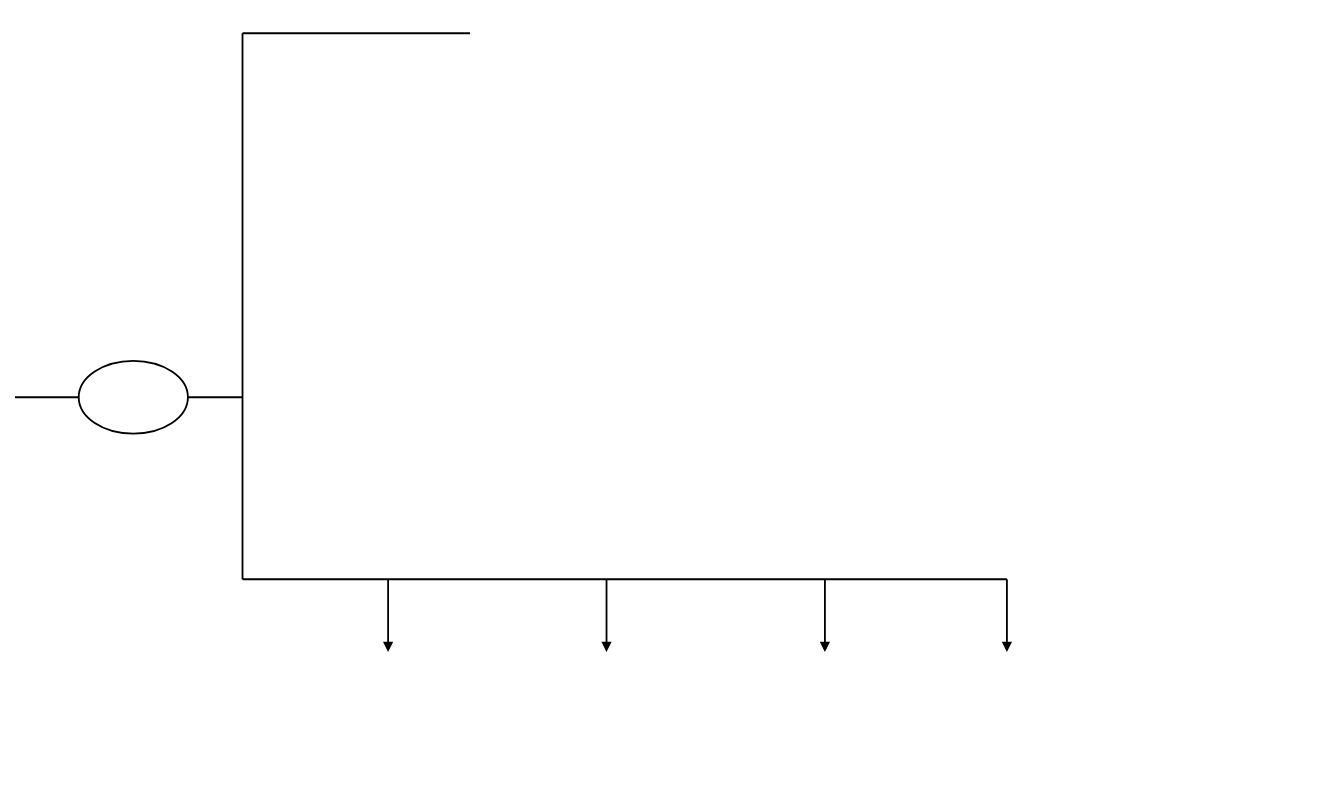
Above: page "US-ems" (2 of 3) of SJTUthesisImages.drawio in Pengyu-Jin/draw.io-projects-file (draw.io), before the change. Source tidied: cells renumbered, new cells numbered last; positions are measured from the earlier drawing's top-left corner, leaving out a move shared by most shapes. Both pictures are drawn from the tidied source at 91%, with x=0, y=0 at pixel (15, 33).
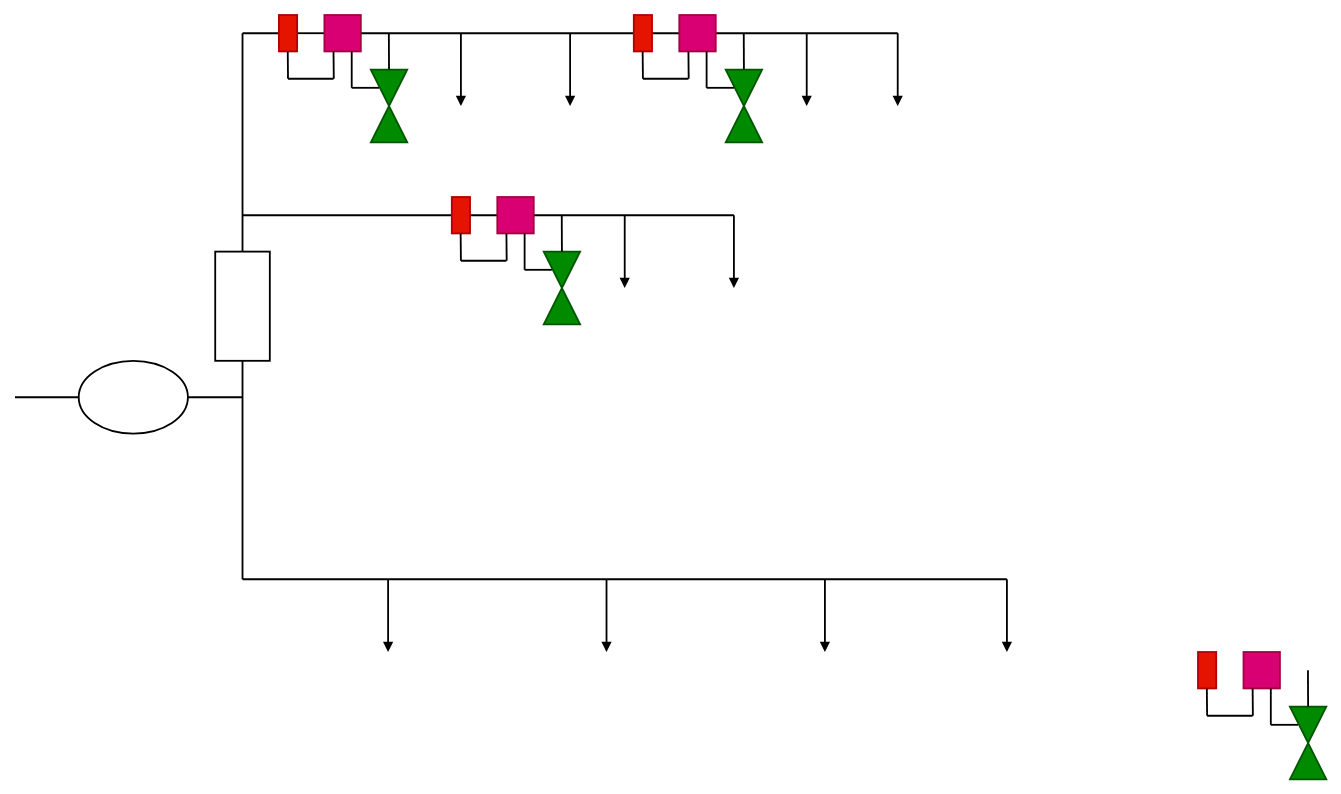
Above is the later version.

What changed in the source:
```diff
@@
     <mxCell id="5" style="endArrow=none;html=1;rounded=0;strokeWidth=2;" parent="1" edge="1">
       <mxGeometry relative="1" as="geometry">
-        <mxPoint x="250" as="sourcePoint" />
-        <mxPoint x="500" as="targetPoint" />
+        <mxPoint x="380" as="sourcePoint" />
+        <mxPoint x="970" as="targetPoint" />
       </mxGeometry>
     </mxCell>
@@
+    <mxCell id="11" style="endArrow=none;html=1;rounded=0;strokeWidth=2;" parent="1" edge="1">
+      <mxGeometry relative="1" as="geometry">
+        <mxPoint x="250" y="200" as="sourcePoint" />
+        <mxPoint x="790" y="200" as="targetPoint" />
+      </mxGeometry>
+    </mxCell>
+    <mxCell id="12" style="rounded=0;whiteSpace=wrap;html=1;strokeWidth=2;direction=south;" parent="1" vertex="1">
+      <mxGeometry x="220" y="240" width="60" height="120" as="geometry" />
+    </mxCell>
+    <mxCell id="13" style="endArrow=none;html=1;rounded=0;strokeWidth=2;" parent="1" edge="1">
+      <mxGeometry relative="1" as="geometry">
+        <mxPoint x="310" as="sourcePoint" />
+        <mxPoint x="340" as="targetPoint" />
+      </mxGeometry>
+    </mxCell>
+    <mxCell id="14" style="endArrow=none;html=1;rounded=0;strokeWidth=2;" parent="1" edge="1">
+      <mxGeometry relative="1" as="geometry">
+        <mxPoint x="250" as="sourcePoint" />
+        <mxPoint x="290" as="targetPoint" />
+      </mxGeometry>
+    </mxCell>
+    <mxCell id="15" style="whiteSpace=wrap;html=1;strokeWidth=2;fillColor=#d80073;fontColor=#ffffff;strokeColor=#A50040;" parent="1" vertex="1">
+      <mxGeometry x="340" y="-20" width="40" height="40" as="geometry" />
+    </mxCell>
+    <mxCell id="16" style="rounded=0;whiteSpace=wrap;html=1;direction=south;strokeWidth=2;fillColor=#e51400;fontColor=#ffffff;strokeColor=#B20000;" parent="1" vertex="1">
+      <mxGeometry x="290" y="-20" width="20" height="40" as="geometry" />
+    </mxCell>
+    <mxCell id="17" style="endArrow=none;html=1;rounded=0;strokeWidth=2;" parent="1" edge="1">
+      <mxGeometry relative="1" as="geometry">
+        <mxPoint x="300" y="50" as="sourcePoint" />
+        <mxPoint x="350" y="50" as="targetPoint" />
+      </mxGeometry>
+    </mxCell>
+    <mxCell id="18" style="endArrow=none;html=1;rounded=0;strokeWidth=2;" parent="1" edge="1">
+      <mxGeometry relative="1" as="geometry">
+        <mxPoint x="299.7" y="20" as="sourcePoint" />
+        <mxPoint x="300" y="50" as="targetPoint" />
+      </mxGeometry>
+    </mxCell>
+    <mxCell id="19" style="endArrow=none;html=1;rounded=0;strokeWidth=2;" parent="1" edge="1">
+      <mxGeometry relative="1" as="geometry">
+        <mxPoint x="350" y="20" as="sourcePoint" />
+        <mxPoint x="350.3" y="50" as="targetPoint" />
+      </mxGeometry>
+    </mxCell>
+    <mxCell id="20" style="group;" parent="1" vertex="1">
+      <mxGeometry x="391" y="40" width="40" height="80" as="geometry" />
+    </mxCell>
+    <mxCell id="21" style="triangle;whiteSpace=wrap;html=1;strokeWidth=2;fillColor=#008a00;fontColor=#ffffff;strokeColor=#005700;direction=south;" parent="20" vertex="1">
+      <mxGeometry width="40" height="40" as="geometry" />
+    </mxCell>
+    <mxCell id="22" style="triangle;whiteSpace=wrap;html=1;strokeWidth=2;fillColor=#008a00;fontColor=#ffffff;strokeColor=#005700;direction=north;" parent="20" vertex="1">
+      <mxGeometry y="40" width="40" height="40" as="geometry" />
+    </mxCell>
+    <mxCell id="23" style="endArrow=none;html=1;rounded=0;strokeWidth=2;" parent="1" edge="1">
+      <mxGeometry relative="1" as="geometry">
+        <mxPoint x="370" y="20" as="sourcePoint" />
+        <mxPoint x="370" y="60" as="targetPoint" />
+      </mxGeometry>
+    </mxCell>
+    <mxCell id="24" style="endArrow=none;html=1;rounded=0;strokeWidth=2;" parent="1" edge="1">
+      <mxGeometry relative="1" as="geometry">
+        <mxPoint x="370" y="60" as="sourcePoint" />
+        <mxPoint x="400" y="60" as="targetPoint" />
+      </mxGeometry>
+    </mxCell>
+    <mxCell id="25" style="endArrow=none;html=1;rounded=0;strokeWidth=2;entryX=0;entryY=0.5;entryDx=0;entryDy=0;" parent="1" edge="1" target="21">
+      <mxGeometry relative="1" as="geometry">
+        <mxPoint x="410.8" as="sourcePoint" />
+      </mxGeometry>
+    </mxCell>
+    <mxCell id="26" style="endArrow=none;html=1;rounded=0;strokeWidth=2;startArrow=block;startFill=1;" parent="1" edge="1">
+      <mxGeometry relative="1" as="geometry">
+        <mxPoint x="490" y="80" as="sourcePoint" />
+        <mxPoint x="490" as="targetPoint" />
+      </mxGeometry>
+    </mxCell>
+    <mxCell id="27" style="group;" parent="1" vertex="1">
+      <mxGeometry x="480" y="180" width="141" height="140" as="geometry" />
+    </mxCell>
+    <mxCell id="28" style="whiteSpace=wrap;html=1;strokeWidth=2;fillColor=#d80073;fontColor=#ffffff;strokeColor=#A50040;" parent="27" vertex="1">
+      <mxGeometry x="50" width="40" height="40" as="geometry" />
+    </mxCell>
+    <mxCell id="29" style="rounded=0;whiteSpace=wrap;html=1;direction=south;strokeWidth=2;fillColor=#e51400;fontColor=#ffffff;strokeColor=#B20000;" parent="27" vertex="1">
+      <mxGeometry width="20" height="40" as="geometry" />
+    </mxCell>
+    <mxCell id="30" style="endArrow=none;html=1;rounded=0;strokeWidth=2;" parent="27" edge="1">
+      <mxGeometry relative="1" as="geometry">
+        <mxPoint x="10" y="70" as="sourcePoint" />
+        <mxPoint x="60" y="70" as="targetPoint" />
+      </mxGeometry>
+    </mxCell>
+    <mxCell id="31" style="endArrow=none;html=1;rounded=0;strokeWidth=2;" parent="27" edge="1">
+      <mxGeometry relative="1" as="geometry">
+        <mxPoint x="9.7" y="40" as="sourcePoint" />
+        <mxPoint x="10" y="70" as="targetPoint" />
+      </mxGeometry>
+    </mxCell>
+    <mxCell id="32" style="endArrow=none;html=1;rounded=0;strokeWidth=2;" parent="27" edge="1">
+      <mxGeometry relative="1" as="geometry">
+        <mxPoint x="60" y="40" as="sourcePoint" />
+        <mxPoint x="60.3" y="70" as="targetPoint" />
+      </mxGeometry>
+    </mxCell>
+    <mxCell id="33" style="group;" parent="27" vertex="1">
+      <mxGeometry x="101" y="60" width="40" height="80" as="geometry" />
+    </mxCell>
+    <mxCell id="34" style="triangle;whiteSpace=wrap;html=1;strokeWidth=2;fillColor=#008a00;fontColor=#ffffff;strokeColor=#005700;direction=south;" parent="33" vertex="1">
+      <mxGeometry width="40" height="40" as="geometry" />
+    </mxCell>
+    <mxCell id="35" style="triangle;whiteSpace=wrap;html=1;strokeWidth=2;fillColor=#008a00;fontColor=#ffffff;strokeColor=#005700;direction=north;" parent="33" vertex="1">
+      <mxGeometry y="40" width="40" height="40" as="geometry" />
+    </mxCell>
+    <mxCell id="36" style="endArrow=none;html=1;rounded=0;strokeWidth=2;" parent="27" edge="1">
+      <mxGeometry relative="1" as="geometry">
+        <mxPoint x="80" y="40" as="sourcePoint" />
+        <mxPoint x="80" y="80" as="targetPoint" />
+      </mxGeometry>
+    </mxCell>
+    <mxCell id="37" style="endArrow=none;html=1;rounded=0;strokeWidth=2;" parent="27" edge="1">
+      <mxGeometry relative="1" as="geometry">
+        <mxPoint x="80" y="80" as="sourcePoint" />
+        <mxPoint x="110" y="80" as="targetPoint" />
+      </mxGeometry>
+    </mxCell>
+    <mxCell id="38" style="endArrow=none;html=1;rounded=0;strokeWidth=2;entryX=0;entryY=0.5;entryDx=0;entryDy=0;" parent="27" edge="1" target="34">
+      <mxGeometry relative="1" as="geometry">
+        <mxPoint x="120.8" y="20" as="sourcePoint" />
+      </mxGeometry>
+    </mxCell>
+    <mxCell id="39" style="group;" parent="1" vertex="1">
+      <mxGeometry x="1300" y="680" width="141" height="140" as="geometry" />
+    </mxCell>
+    <mxCell id="40" style="whiteSpace=wrap;html=1;strokeWidth=2;fillColor=#d80073;fontColor=#ffffff;strokeColor=#A50040;" parent="39" vertex="1">
+      <mxGeometry x="50" width="40" height="40" as="geometry" />
+    </mxCell>
+    <mxCell id="41" style="rounded=0;whiteSpace=wrap;html=1;direction=south;strokeWidth=2;fillColor=#e51400;fontColor=#ffffff;strokeColor=#B20000;" parent="39" vertex="1">
+      <mxGeometry width="20" height="40" as="geometry" />
+    </mxCell>
+    <mxCell id="42" style="endArrow=none;html=1;rounded=0;strokeWidth=2;" parent="39" edge="1">
+      <mxGeometry relative="1" as="geometry">
+        <mxPoint x="10" y="70" as="sourcePoint" />
+        <mxPoint x="60" y="70" as="targetPoint" />
+      </mxGeometry>
+    </mxCell>
+    <mxCell id="43" style="endArrow=none;html=1;rounded=0;strokeWidth=2;" parent="39" edge="1">
+      <mxGeometry relative="1" as="geometry">
+        <mxPoint x="9.7" y="40" as="sourcePoint" />
+        <mxPoint x="10" y="70" as="targetPoint" />
+      </mxGeometry>
+    </mxCell>
+    <mxCell id="44" style="endArrow=none;html=1;rounded=0;strokeWidth=2;" parent="39" edge="1">
+      <mxGeometry relative="1" as="geometry">
+        <mxPoint x="60" y="40" as="sourcePoint" />
+        <mxPoint x="60.3" y="70" as="targetPoint" />
+      </mxGeometry>
+    </mxCell>
+    <mxCell id="45" style="group;" parent="39" vertex="1">
+      <mxGeometry x="101" y="60" width="40" height="80" as="geometry" />
+    </mxCell>
+    <mxCell id="46" style="triangle;whiteSpace=wrap;html=1;strokeWidth=2;fillColor=#008a00;fontColor=#ffffff;strokeColor=#005700;direction=south;" parent="45" vertex="1">
+      <mxGeometry width="40" height="40" as="geometry" />
+    </mxCell>
+    <mxCell id="47" style="triangle;whiteSpace=wrap;html=1;strokeWidth=2;fillColor=#008a00;fontColor=#ffffff;strokeColor=#005700;direction=north;" parent="45" vertex="1">
+      <mxGeometry y="40" width="40" height="40" as="geometry" />
+    </mxCell>
+    <mxCell id="48" style="endArrow=none;html=1;rounded=0;strokeWidth=2;" parent="39" edge="1">
+      <mxGeometry relative="1" as="geometry">
+        <mxPoint x="80" y="40" as="sourcePoint" />
+        <mxPoint x="80" y="80" as="targetPoint" />
+      </mxGeometry>
+    </mxCell>
+    <mxCell id="49" style="endArrow=none;html=1;rounded=0;strokeWidth=2;" parent="39" edge="1">
+      <mxGeometry relative="1" as="geometry">
+        <mxPoint x="80" y="80" as="sourcePoint" />
+        <mxPoint x="110" y="80" as="targetPoint" />
+      </mxGeometry>
+    </mxCell>
+    <mxCell id="50" style="endArrow=none;html=1;rounded=0;strokeWidth=2;entryX=0;entryY=0.5;entryDx=0;entryDy=0;" parent="39" edge="1" target="46">
+      <mxGeometry relative="1" as="geometry">
+        <mxPoint x="120.8" y="20" as="sourcePoint" />
+      </mxGeometry>
+    </mxCell>
+    <mxCell id="51" style="endArrow=none;html=1;rounded=0;strokeWidth=2;startArrow=block;startFill=1;" parent="1" edge="1">
+      <mxGeometry relative="1" as="geometry">
+        <mxPoint x="610" y="80" as="sourcePoint" />
+        <mxPoint x="610" as="targetPoint" />
+      </mxGeometry>
+    </mxCell>
+    <mxCell id="52" style="group;" parent="1" vertex="1">
+      <mxGeometry x="680" y="-20" width="141" height="140" as="geometry" />
+    </mxCell>
+    <mxCell id="53" style="whiteSpace=wrap;html=1;strokeWidth=2;fillColor=#d80073;fontColor=#ffffff;strokeColor=#A50040;" parent="52" vertex="1">
+      <mxGeometry x="50" width="40" height="40" as="geometry" />
+    </mxCell>
+    <mxCell id="54" style="rounded=0;whiteSpace=wrap;html=1;direction=south;strokeWidth=2;fillColor=#e51400;fontColor=#ffffff;strokeColor=#B20000;" parent="52" vertex="1">
+      <mxGeometry width="20" height="40" as="geometry" />
+    </mxCell>
+    <mxCell id="55" style="endArrow=none;html=1;rounded=0;strokeWidth=2;" parent="52" edge="1">
+      <mxGeometry relative="1" as="geometry">
+        <mxPoint x="10" y="70" as="sourcePoint" />
+        <mxPoint x="60" y="70" as="targetPoint" />
+      </mxGeometry>
+    </mxCell>
+    <mxCell id="56" style="endArrow=none;html=1;rounded=0;strokeWidth=2;" parent="52" edge="1">
+      <mxGeometry relative="1" as="geometry">
+        <mxPoint x="9.7" y="40" as="sourcePoint" />
+        <mxPoint x="10" y="70" as="targetPoint" />
+      </mxGeometry>
+    </mxCell>
+    <mxCell id="57" style="endArrow=none;html=1;rounded=0;strokeWidth=2;" parent="52" edge="1">
+      <mxGeometry relative="1" as="geometry">
+        <mxPoint x="60" y="40" as="sourcePoint" />
+        <mxPoint x="60.3" y="70" as="targetPoint" />
+      </mxGeometry>
+    </mxCell>
+    <mxCell id="58" style="group;" parent="52" vertex="1">
+      <mxGeometry x="101" y="60" width="40" height="80" as="geometry" />
+    </mxCell>
+    <mxCell id="59" style="triangle;whiteSpace=wrap;html=1;strokeWidth=2;fillColor=#008a00;fontColor=#ffffff;strokeColor=#005700;direction=south;" parent="58" vertex="1">
+      <mxGeometry width="40" height="40" as="geometry" />
+    </mxCell>
+    <mxCell id="60" style="triangle;whiteSpace=wrap;html=1;strokeWidth=2;fillColor=#008a00;fontColor=#ffffff;strokeColor=#005700;direction=north;" parent="58" vertex="1">
+      <mxGeometry y="40" width="40" height="40" as="geometry" />
+    </mxCell>
+    <mxCell id="61" style="endArrow=none;html=1;rounded=0;strokeWidth=2;" parent="52" edge="1">
+      <mxGeometry relative="1" as="geometry">
+        <mxPoint x="80" y="40" as="sourcePoint" />
+        <mxPoint x="80" y="80" as="targetPoint" />
+      </mxGeometry>
+    </mxCell>
+    <mxCell id="62" style="endArrow=none;html=1;rounded=0;strokeWidth=2;" parent="52" edge="1">
+      <mxGeometry relative="1" as="geometry">
+        <mxPoint x="80" y="80" as="sourcePoint" />
+        <mxPoint x="110" y="80" as="targetPoint" />
+      </mxGeometry>
+    </mxCell>
+    <mxCell id="63" style="endArrow=none;html=1;rounded=0;strokeWidth=2;entryX=0;entryY=0.5;entryDx=0;entryDy=0;" parent="52" edge="1" target="59">
+      <mxGeometry relative="1" as="geometry">
+        <mxPoint x="120.8" y="20" as="sourcePoint" />
+      </mxGeometry>
+    </mxCell>
+    <mxCell id="64" style="endArrow=none;html=1;rounded=0;strokeWidth=2;startArrow=block;startFill=1;" parent="1" edge="1">
+      <mxGeometry relative="1" as="geometry">
+        <mxPoint x="870" y="80" as="sourcePoint" />
+        <mxPoint x="870" as="targetPoint" />
+      </mxGeometry>
+    </mxCell>
+    <mxCell id="65" style="endArrow=none;html=1;rounded=0;strokeWidth=2;startArrow=block;startFill=1;" parent="1" edge="1">
+      <mxGeometry relative="1" as="geometry">
+        <mxPoint x="970" y="80" as="sourcePoint" />
+        <mxPoint x="970" as="targetPoint" />
+      </mxGeometry>
+    </mxCell>
+    <mxCell id="66" style="endArrow=none;html=1;rounded=0;strokeWidth=2;startArrow=block;startFill=1;" parent="1" edge="1">
+      <mxGeometry relative="1" as="geometry">
+        <mxPoint x="670" y="280" as="sourcePoint" />
+        <mxPoint x="670" y="200" as="targetPoint" />
+      </mxGeometry>
+    </mxCell>
+    <mxCell id="67" style="endArrow=none;html=1;rounded=0;strokeWidth=2;startArrow=block;startFill=1;" parent="1" edge="1">
+      <mxGeometry relative="1" as="geometry">
+        <mxPoint x="790" y="280" as="sourcePoint" />
+        <mxPoint x="790" y="200" as="targetPoint" />
+      </mxGeometry>
+    </mxCell>
```
